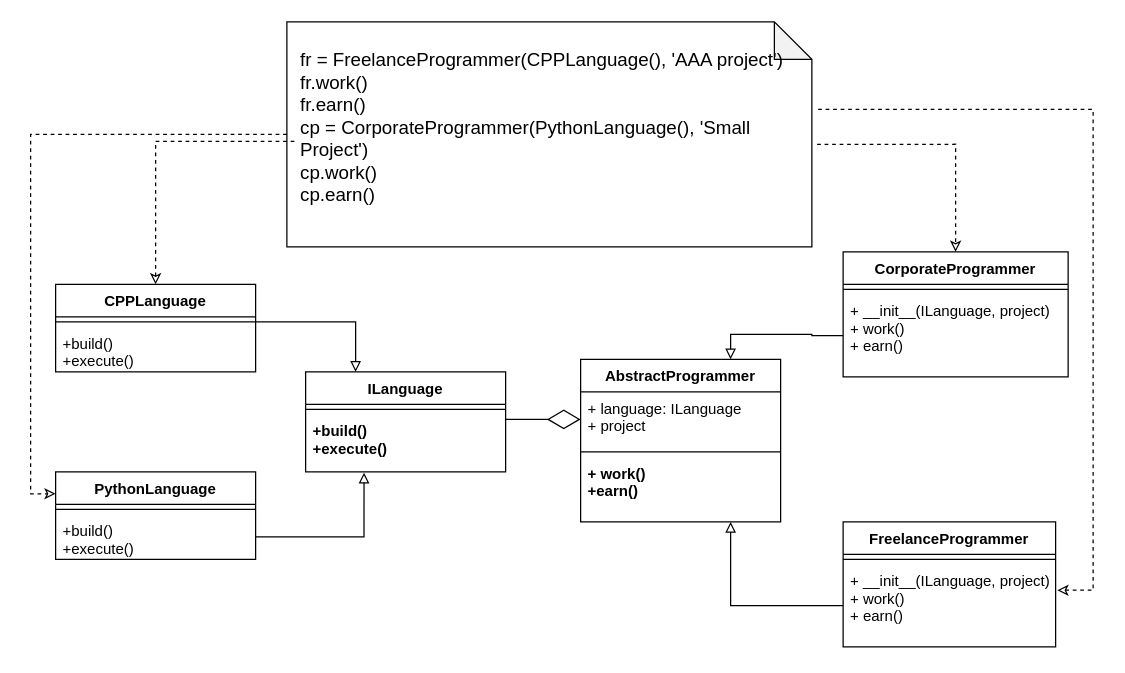
The draw.io diagram img/bridge.drawio in ElenaShargina/patterns, before the edit. Source tidied: cells renumbered, new cells numbered last; positions are measured from the earlier drawing's top-left corner, leaving out a move shared by most shapes. Both pictures are drawn from the tidied source at 125%, with x=0, y=0 at pixel (55, 21).
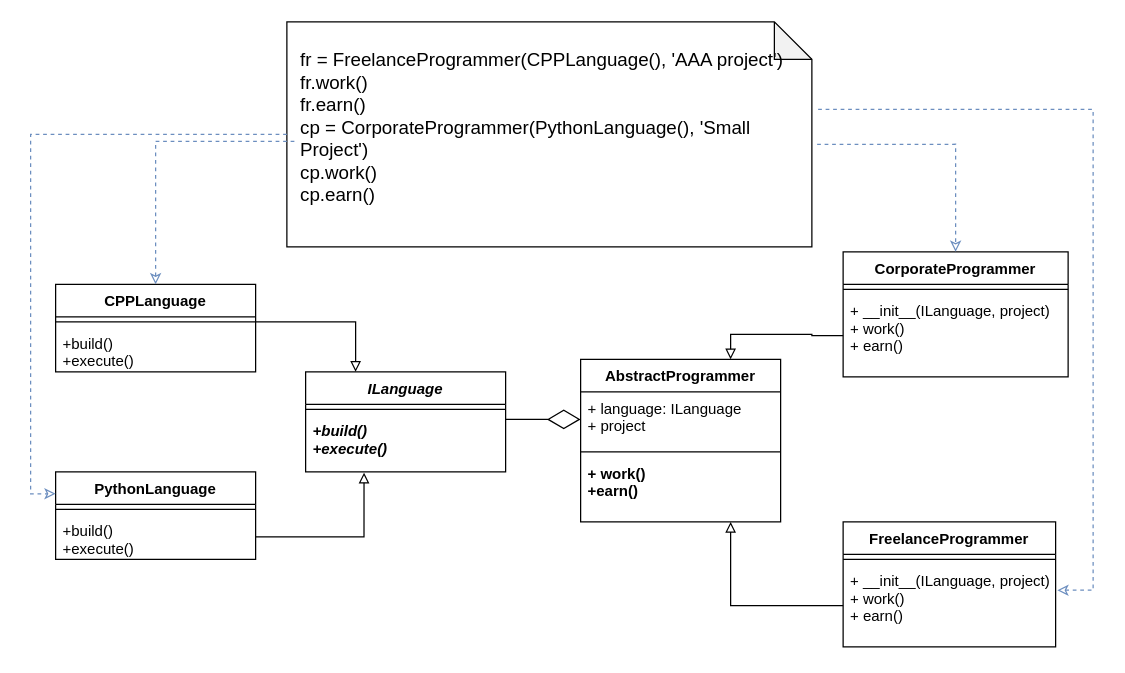
The same page after the edit.

Unchanged cells that the change refers to:
```xml
<mxCell id="5" value="CPPLanguage" style="swimlane;fontStyle=1;align=center;verticalAlign=top;horizontal=1;startSize=26;" parent="1" vertex="1">
  <mxGeometry y="210" width="160" height="70" as="geometry" />
</mxCell>
<mxCell id="8" value="PythonLanguage" style="swimlane;fontStyle=1;align=center;verticalAlign=top;horizontal=1;startSize=26;" parent="1" vertex="1">
  <mxGeometry y="360" width="160" height="70" as="geometry" />
</mxCell>
<mxCell id="13" value="AbstractProgrammer" style="swimlane;fontStyle=1;align=center;verticalAlign=top;horizontal=1;startSize=26;" parent="1" vertex="1">
  <mxGeometry x="420" y="270" width="160" height="130" as="geometry" />
</mxCell>
<mxCell id="17" value="CorporateProgrammer" style="swimlane;fontStyle=1;align=center;verticalAlign=top;horizontal=1;startSize=26;" parent="1" vertex="1">
  <mxGeometry x="630" y="184" width="180" height="100" as="geometry" />
</mxCell>
<mxCell id="22" value="+ __init__(ILanguage, project)&#10;+ work()&#10;+ earn()" style="text;strokeColor=none;fillColor=none;align=left;verticalAlign=top;spacingLeft=4;spacingRight=4;overflow=hidden;points=[[0,0.5],[1,0.5]];portConstraint=eastwest;" parent="20" vertex="1">
  <mxGeometry y="34" width="170" height="66" as="geometry" />
</mxCell>
<mxCell id="26" style="shape=note;whiteSpace=wrap;html=1;backgroundOutline=1;darkOpacity=0.05;" parent="25" vertex="1">
  <mxGeometry width="420" height="180" as="geometry" />
</mxCell>
<mxCell id="27" value="&lt;p style=&quot;font-size: 15px;&quot;&gt;&lt;font style=&quot;font-weight: normal; font-size: 15px;&quot;&gt;fr = FreelanceProgrammer(CPPLanguage(), 'AAA project')&lt;br&gt;&lt;/font&gt;&lt;font style=&quot;font-size: 15px;&quot;&gt;fr.work()&lt;br&gt;&lt;/font&gt;&lt;font style=&quot;font-size: 15px;&quot;&gt;fr.earn()&lt;/font&gt;&lt;font style=&quot;font-size: 15px;&quot;&gt;&lt;br&gt;&lt;/font&gt;&lt;font style=&quot;font-size: 15px;&quot;&gt;cp = CorporateProgrammer(PythonLanguage(), 'Small Project')&lt;br&gt;&lt;/font&gt;&lt;span style=&quot;background-color: initial;&quot;&gt;cp.work()&lt;br&gt;cp.earn()&lt;/span&gt;&lt;/p&gt;" style="text;html=1;strokeColor=none;fillColor=none;spacing=5;spacingTop=-20;whiteSpace=wrap;overflow=hidden;rounded=0;" parent="25" vertex="1">
  <mxGeometry x="6" y="17.2" width="403" height="156.5" as="geometry" />
</mxCell>
```

What changed in the source:
```diff
@@
-    <mxCell id="2" value="ILanguage" style="swimlane;fontStyle=1;align=center;verticalAlign=top;horizontal=1;startSize=26;" parent="1" vertex="1">
+    <mxCell id="2" value="ILanguage" style="swimlane;fontStyle=3;align=center;verticalAlign=top;horizontal=1;startSize=26;" parent="1" vertex="1">
       <mxGeometry x="200" y="280" width="160" height="80" as="geometry" />
     </mxCell>
@@
-    <mxCell id="4" value="+build()&#10;+execute()" style="text;strokeColor=none;fillColor=none;align=left;verticalAlign=top;spacingLeft=4;spacingRight=4;overflow=hidden;points=[[0,0.5],[1,0.5]];portConstraint=eastwest;fontStyle=1;" parent="2" vertex="1">
+    <mxCell id="4" value="+build()&#10;+execute()" style="text;strokeColor=none;fillColor=none;align=left;verticalAlign=top;spacingLeft=4;spacingRight=4;overflow=hidden;points=[[0,0.5],[1,0.5]];portConstraint=eastwest;fontStyle=3;" parent="2" vertex="1">
       <mxGeometry y="34" width="160" height="46" as="geometry" />
     </mxCell>
@@
-    <mxCell id="14" value="+ language: ILanguage&#10;+ project&#10;" style="text;strokeColor=none;fillColor=none;align=left;verticalAlign=top;spacingLeft=4;spacingRight=4;overflow=hidden;points=[[0,0.5],[1,0.5]];portConstraint=eastwest;" parent="13" vertex="1">
+    <mxCell id="14" value="+ language: ILanguage&#10;+ project&#10;" style="text;strokeColor=none;fillColor=none;align=left;verticalAlign=top;spacingLeft=4;spacingRight=4;overflow=hidden;points=[[0,0.5],[1,0.5]];portConstraint=eastwest;fontStyle=0;" parent="13" vertex="1">
       <mxGeometry y="26" width="160" height="44" as="geometry" />
     </mxCell>
@@
-    <mxCell id="29" style="edgeStyle=orthogonalEdgeStyle;rounded=0;jettySize=auto;html=1;entryX=0.5;entryY=0;entryDx=0;entryDy=0;dashed=1;fontSize=15;startArrow=none;startFill=0;endArrow=classic;endFill=0;" parent="1" edge="1" source="27" target="5">
+    <mxCell id="29" style="edgeStyle=orthogonalEdgeStyle;rounded=0;jettySize=auto;html=1;entryX=0.5;entryY=0;entryDx=0;entryDy=0;dashed=1;fontSize=15;startArrow=none;startFill=0;endArrow=classic;endFill=0;fillColor=#dae8fc;strokeColor=#6c8ebf;" parent="1" edge="1" source="27" target="5">
       <mxGeometry relative="1" as="geometry" />
     </mxCell>
-    <mxCell id="30" style="edgeStyle=orthogonalEdgeStyle;rounded=0;jettySize=auto;html=1;entryX=0;entryY=0.25;entryDx=0;entryDy=0;dashed=1;fontSize=15;startArrow=none;startFill=0;endArrow=classic;endFill=0;" parent="1" edge="1" source="26" target="8">
+    <mxCell id="30" style="edgeStyle=orthogonalEdgeStyle;rounded=0;jettySize=auto;html=1;entryX=0;entryY=0.25;entryDx=0;entryDy=0;dashed=1;fontSize=15;startArrow=none;startFill=0;endArrow=classic;endFill=0;fillColor=#dae8fc;strokeColor=#6c8ebf;" parent="1" edge="1" source="26" target="8">
       <mxGeometry relative="1" as="geometry" />
     </mxCell>
-    <mxCell id="31" style="edgeStyle=orthogonalEdgeStyle;rounded=0;jettySize=auto;html=1;entryX=0.5;entryY=0;entryDx=0;entryDy=0;dashed=1;fontSize=15;startArrow=none;startFill=0;endArrow=classic;endFill=0;exitX=1.01;exitY=0.544;exitDx=0;exitDy=0;exitPerimeter=0;" parent="1" edge="1" source="26" target="17">
+    <mxCell id="31" style="edgeStyle=orthogonalEdgeStyle;rounded=0;jettySize=auto;html=1;entryX=0.5;entryY=0;entryDx=0;entryDy=0;dashed=1;fontSize=15;startArrow=none;startFill=0;endArrow=classic;endFill=0;exitX=1.01;exitY=0.544;exitDx=0;exitDy=0;exitPerimeter=0;fillColor=#dae8fc;strokeColor=#6c8ebf;" parent="1" edge="1" source="26" target="17">
       <mxGeometry relative="1" as="geometry" />
     </mxCell>
-    <mxCell id="32" style="edgeStyle=orthogonalEdgeStyle;rounded=0;jettySize=auto;html=1;entryX=1.008;entryY=0.313;entryDx=0;entryDy=0;entryPerimeter=0;dashed=1;fontSize=15;startArrow=none;startFill=0;endArrow=classic;endFill=0;" parent="1" edge="1" target="22">
+    <mxCell id="32" style="edgeStyle=orthogonalEdgeStyle;rounded=0;jettySize=auto;html=1;entryX=1.008;entryY=0.313;entryDx=0;entryDy=0;entryPerimeter=0;dashed=1;fontSize=15;startArrow=none;startFill=0;endArrow=classic;endFill=0;fillColor=#dae8fc;strokeColor=#6c8ebf;" parent="1" edge="1" target="22">
       <mxGeometry relative="1" as="geometry">
         <mxPoint x="610" y="70" as="sourcePoint" />
         <Array as="points">
           <mxPoint x="830" y="70" />
           <mxPoint x="830" y="455" />
         </Array>
       </mxGeometry>
     </mxCell>
```
